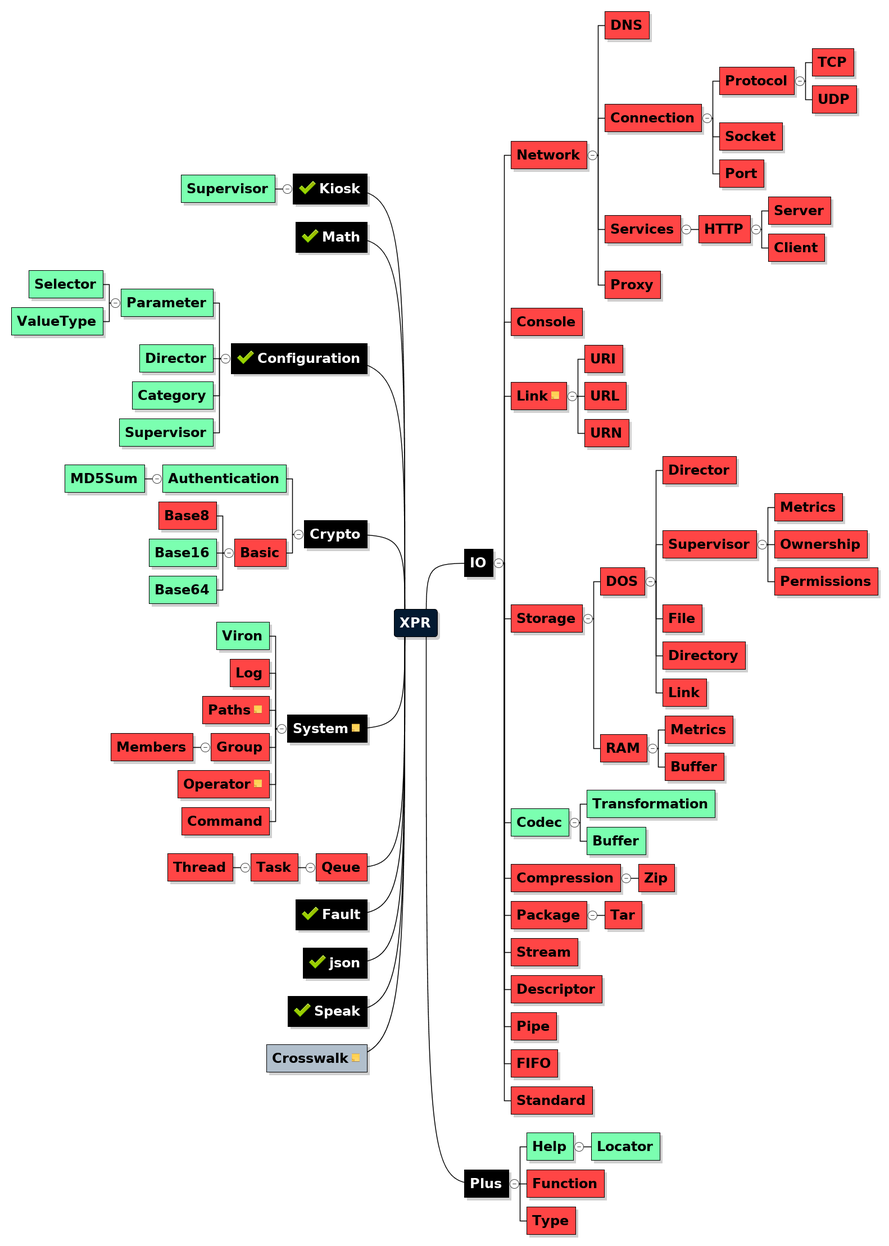
The Mermaid diagram XPR-MAP.png in hypersoft/XPR, before a commit. Its source is kept beside it as XPR-MAP.mmd.
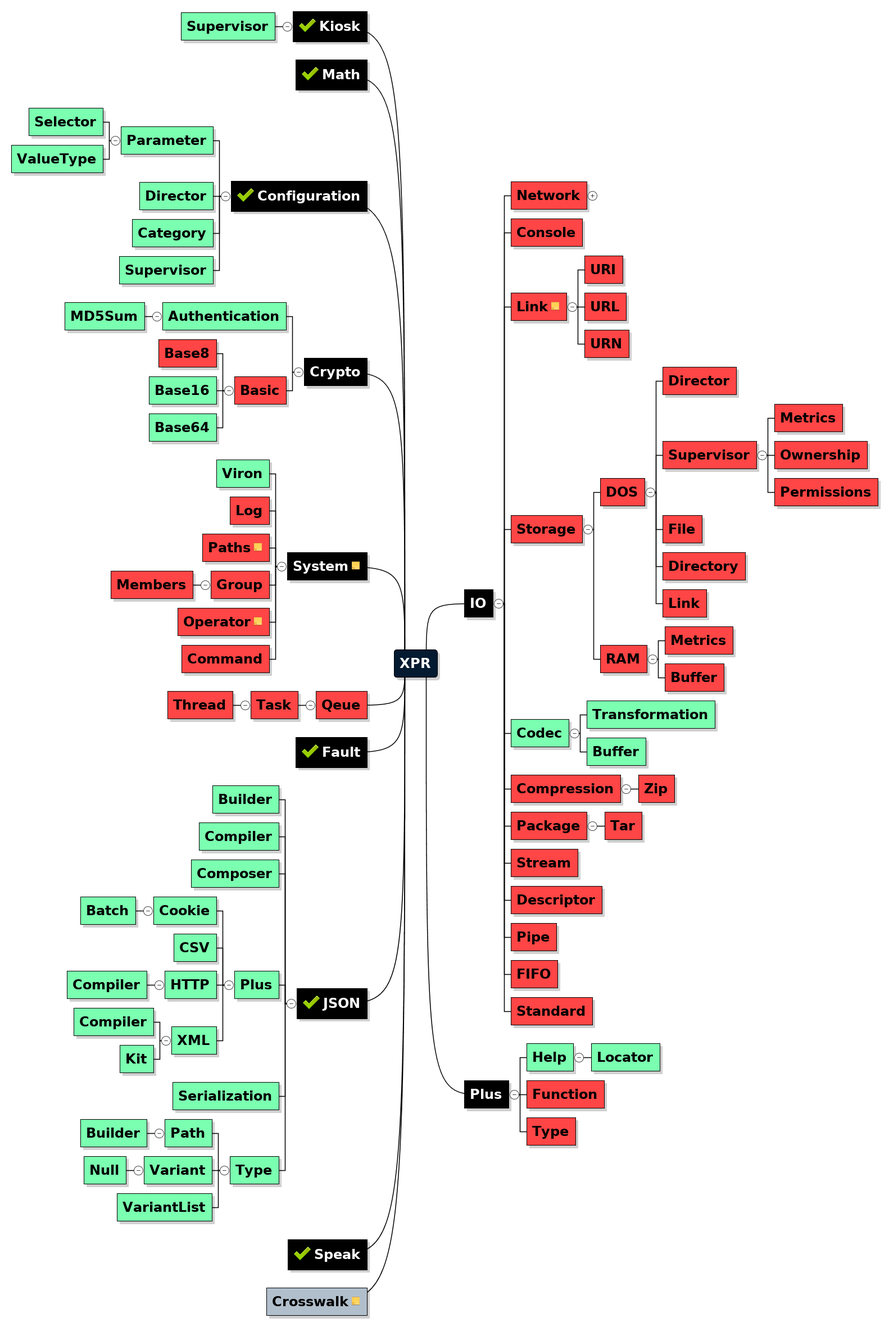
Above is the later version.

Commit message:
Language Modifications

org.json XPR port.

Wow, everything kinda makes sense...

The edit, as a diff of the source:
```diff
@@ -434,6 +434,26 @@
 > fillColor=`#7BFFB0`,textColor=`#000000`
 
 
+#### Path
+> fillColor=`#7BFFB0`,textColor=`#000000`
+
+
+##### Builder
+> fillColor=`#7BFFB0`,textColor=`#000000`
+
+
+#### Variant
+> fillColor=`#7BFFB0`,textColor=`#000000`
+
+
+##### Null
+> fillColor=`#7BFFB0`,textColor=`#000000`
+
+
+#### VariantList
+> fillColor=`#7BFFB0`,textColor=`#000000`
+
+
 ## Speak
 > fillColor=`#000000`,leftSide=`true`,mmd.emoticon=`tick`,textColor=`#FFFFFF`
 
```
